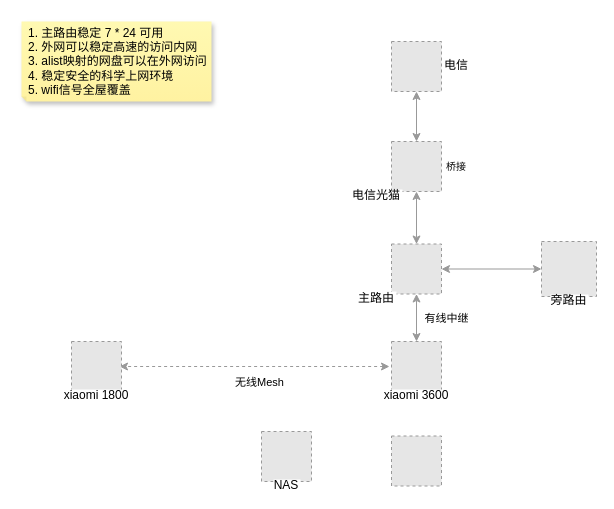
Before: page "第 6 页" (6 of 6) of openwrt.drawio in quboqin/drawio, a draw.io diagram. Source tidied: cells renumbered, new cells numbered last; positions are measured from the earlier drawing's top-left corner, leaving out a move shared by most shapes. Both pictures are drawn from the tidied source at 100%, with x=0, y=0 at pixel (21, 21). Pictures stored in the file or linked from it are replaced by grey dashed boxes.
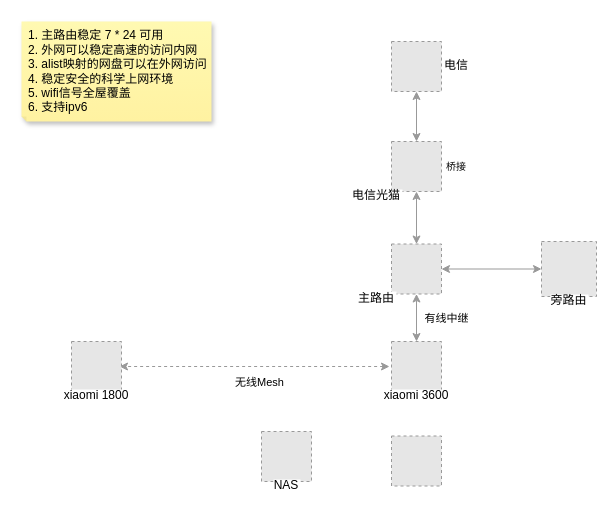
The same diagram, later.

Change to the diagram source:
```diff
@@
 <mxGraphModel>
   <root>
     <mxCell id="0" />
     <mxCell id="1" parent="0" />
     <mxCell id="2" style="edgeStyle=orthogonalEdgeStyle;rounded=0;jettySize=auto;html=1;entryX=0.5;entryY=0;entryDx=0;entryDy=0;startArrow=classic;startFill=1;strokeColor=#999999;" parent="1" edge="1" source="3" target="5">
       <mxGeometry relative="1" as="geometry" />
     </mxCell>
     <mxCell id="3" value="电信" style="fillColor=#E6E6E6;strokeColor=#999999;dashed=1;verticalLabelPosition=bottom;labelBackgroundColor=default;verticalAlign=top;spacingLeft=80;spacingTop=-40;" parent="1" vertex="1">
       <mxGeometry x="370" y="20" width="50" height="50" as="geometry" />
     </mxCell>
     <mxCell id="4" style="edgeStyle=orthogonalEdgeStyle;rounded=0;jettySize=auto;html=1;entryX=0.5;entryY=0;entryDx=0;entryDy=0;startArrow=classic;startFill=1;strokeColor=#999999;" parent="1" edge="1" source="5" target="8">
       <mxGeometry relative="1" as="geometry" />
     </mxCell>
     <mxCell id="5" value="电信光猫" style="fillColor=#E6E6E6;strokeColor=#999999;dashed=1;verticalLabelPosition=bottom;labelBackgroundColor=default;verticalAlign=top;spacingTop=-10;spacingLeft=-80;" parent="1" vertex="1">
       <mxGeometry x="370" y="120" width="50" height="50" as="geometry" />
     </mxCell>
     <mxCell id="6" style="edgeStyle=orthogonalEdgeStyle;rounded=0;jettySize=auto;html=1;startArrow=classic;startFill=1;strokeColor=#999999;" parent="1" edge="1" source="8" target="9">
       <mxGeometry relative="1" as="geometry" />
     </mxCell>
     <mxCell id="7" value="有线中继" style="edgeStyle=orthogonalEdgeStyle;rounded=0;jettySize=auto;html=1;entryX=0.5;entryY=0;entryDx=0;entryDy=0;startArrow=classic;startFill=1;spacingLeft=60;strokeColor=#999999;" parent="1" edge="1" source="8" target="12">
       <mxGeometry relative="1" as="geometry" />
     </mxCell>
     <mxCell id="8" value="主路由" style="fillColor=#E6E6E6;strokeColor=#999999;dashed=1;verticalLabelPosition=bottom;labelBackgroundColor=default;verticalAlign=top;spacingTop=-10;spacingLeft=-80;" parent="1" vertex="1">
       <mxGeometry x="370" y="222.5" width="50" height="50" as="geometry" />
     </mxCell>
     <mxCell id="9" value="旁路由" style="fillColor=#E6E6E6;strokeColor=#999999;dashed=1;verticalLabelPosition=bottom;labelBackgroundColor=default;verticalAlign=top;spacingTop=-10;" parent="1" vertex="1">
       <mxGeometry x="520" y="220" width="55" height="55" as="geometry" />
     </mxCell>
     <mxCell id="10" style="edgeStyle=orthogonalEdgeStyle;rounded=0;orthogonalLoop=1;jettySize=auto;html=1;entryX=1;entryY=0.5;entryDx=0;entryDy=0;dashed=1;startArrow=classic;startFill=1;spacingTop=0;spacingBottom=20;spacingLeft=0;verticalAlign=top;strokeColor=#999999;" parent="1" edge="1">
       <mxGeometry relative="1" as="geometry">
         <mxPoint x="368" y="345" as="sourcePoint" />
         <mxPoint x="98" y="345" as="targetPoint" />
       </mxGeometry>
     </mxCell>
     <mxCell id="11" value="无线Mesh" style="edgeLabel;html=1;align=center;verticalAlign=middle;" parent="10" vertex="1">
       <mxGeometry x="-0.03" y="-3" relative="1" as="geometry">
         <mxPoint y="18" as="offset" />
       </mxGeometry>
     </mxCell>
     <mxCell id="12" value="xiaomi 3600" style="fillColor=#E6E6E6;strokeColor=#999999;dashed=1;verticalLabelPosition=bottom;labelBackgroundColor=default;verticalAlign=top;spacingTop=-10;" parent="1" vertex="1">
       <mxGeometry x="370" y="320" width="50" height="50" as="geometry" />
     </mxCell>
     <mxCell id="13" value="xiaomi 1800" style="fillColor=#E6E6E6;strokeColor=#999999;dashed=1;verticalLabelPosition=bottom;labelBackgroundColor=default;verticalAlign=top;spacingTop=-10;" parent="1" vertex="1">
       <mxGeometry x="50" y="320" width="50" height="50" as="geometry" />
     </mxCell>
     <mxCell id="14" value="NAS" style="fillColor=#E6E6E6;strokeColor=#999999;dashed=1;verticalLabelPosition=bottom;labelBackgroundColor=default;verticalAlign=top;spacingTop=-10;" parent="1" vertex="1">
       <mxGeometry x="240" y="410" width="50" height="50" as="geometry" />
     </mxCell>
     <mxCell id="15" style="fillColor=#E6E6E6;strokeColor=#999999;dashed=1;verticalLabelPosition=bottom;labelBackgroundColor=default;verticalAlign=top;" parent="1" vertex="1">
       <mxGeometry x="370" y="414.5" width="50" height="50" as="geometry" />
     </mxCell>
-    <mxCell id="16" value="&lt;span style=&quot;background-color: transparent; color: light-dark(rgb(0, 0, 0), rgb(237, 237, 237));&quot;&gt;1. 主路由稳定 7 * 24 可用&lt;/span&gt;&lt;br&gt;&lt;span style=&quot;background-color: transparent; color: light-dark(rgb(0, 0, 0), rgb(237, 237, 237));&quot;&gt;2. 外网可以稳定高速的访问内网&lt;/span&gt;&lt;div&gt;&lt;span style=&quot;background-color: transparent; color: light-dark(rgb(0, 0, 0), rgb(237, 237, 237));&quot;&gt;3. alist映射的网盘可以在外网访问&lt;/span&gt;&lt;/div&gt;&lt;div&gt;&lt;span style=&quot;background-color: transparent; color: light-dark(rgb(0, 0, 0), rgb(237, 237, 237));&quot;&gt;4. 稳定安全的科学上网环境&lt;/span&gt;&lt;/div&gt;&lt;div&gt;&lt;span style=&quot;background-color: transparent; color: light-dark(rgb(0, 0, 0), rgb(237, 237, 237));&quot;&gt;5. wifi信号全屋覆盖&lt;/span&gt;&lt;/div&gt;" style="shape=note;whiteSpace=wrap;html=1;backgroundOutline=1;fontColor=#000000;darkOpacity=0.05;fillColor=#FFF9B2;strokeColor=none;fillStyle=solid;direction=west;gradientDirection=north;gradientColor=#FFF2A1;shadow=1;size=5;align=left;spacingLeft=5;" parent="1" vertex="1">
-      <mxGeometry width="190" height="80" as="geometry" />
+    <mxCell id="16" value="&lt;span style=&quot;background-color: transparent; color: light-dark(rgb(0, 0, 0), rgb(237, 237, 237));&quot;&gt;1. 主路由稳定 7 * 24 可用&lt;/span&gt;&lt;br&gt;&lt;span style=&quot;background-color: transparent; color: light-dark(rgb(0, 0, 0), rgb(237, 237, 237));&quot;&gt;2. 外网可以稳定高速的访问内网&lt;/span&gt;&lt;div&gt;&lt;span style=&quot;background-color: transparent; color: light-dark(rgb(0, 0, 0), rgb(237, 237, 237));&quot;&gt;3. alist映射的网盘可以在外网访问&lt;/span&gt;&lt;/div&gt;&lt;div&gt;&lt;span style=&quot;background-color: transparent; color: light-dark(rgb(0, 0, 0), rgb(237, 237, 237));&quot;&gt;4. 稳定安全的科学上网环境&lt;/span&gt;&lt;/div&gt;&lt;div&gt;&lt;span style=&quot;background-color: transparent; color: light-dark(rgb(0, 0, 0), rgb(237, 237, 237));&quot;&gt;5. wifi信号全屋覆盖&lt;/span&gt;&lt;/div&gt;&lt;div&gt;&lt;span style=&quot;background-color: transparent; color: light-dark(rgb(0, 0, 0), rgb(237, 237, 237));&quot;&gt;6. 支持ipv6&lt;/span&gt;&lt;/div&gt;" style="shape=note;whiteSpace=wrap;html=1;backgroundOutline=1;fontColor=#000000;darkOpacity=0.05;fillColor=#FFF9B2;strokeColor=none;fillStyle=solid;direction=west;gradientDirection=north;gradientColor=#FFF2A1;shadow=1;size=5;align=left;spacingLeft=5;" parent="1" vertex="1">
+      <mxGeometry width="190" height="100" as="geometry" />
     </mxCell>
     <mxCell id="17" value="桥接" style="text;html=1;align=center;verticalAlign=middle;whiteSpace=wrap;rounded=0;fontSize=10;" parent="1" vertex="1">
       <mxGeometry x="410" y="130" width="50" height="30" as="geometry" />
     </mxCell>
   </root>
 </mxGraphModel>
```
